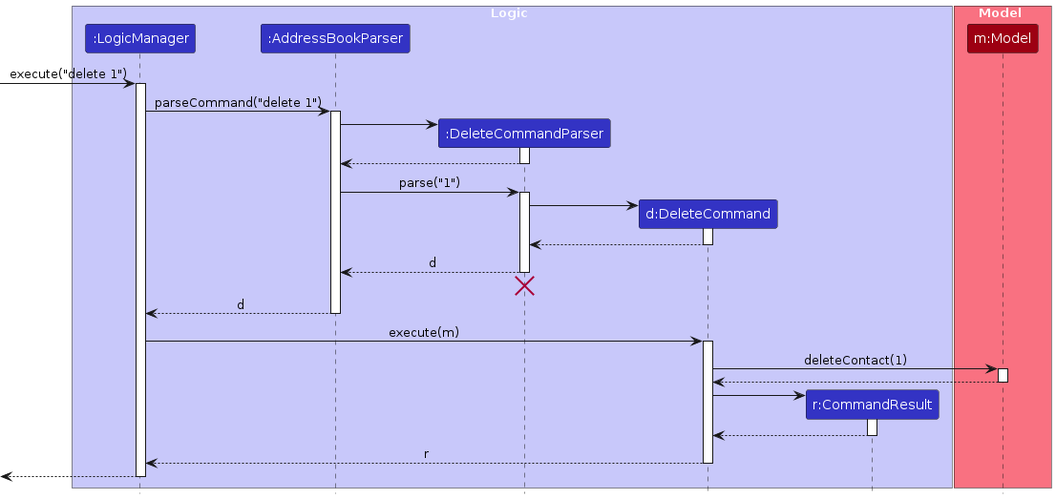
Earlier version of the PlantUML export diagrams/DeleteSequenceDiagram.png (quangthangisme/tp). Its source is kept beside it as diagrams/DeleteSequenceDiagram.puml. The source it was exported from:
```plantuml
@startuml
!include style.puml
skinparam ArrowFontStyle plain

box Logic LOGIC_COLOR_T1
participant ":LogicManager" as LogicManager LOGIC_COLOR
participant ":AddressBookParser" as AddressBookParser LOGIC_COLOR
participant ":DeleteCommandParser" as DeleteCommandParser LOGIC_COLOR
participant "d:DeleteCommand" as DeleteCommand LOGIC_COLOR
participant "r:CommandResult" as CommandResult LOGIC_COLOR
end box

box Model MODEL_COLOR_T1
participant "m:Model" as Model MODEL_COLOR
end box

[-> LogicManager : execute("delete 1")
activate LogicManager

LogicManager -> AddressBookParser : parseCommand("delete 1")
activate AddressBookParser

create DeleteCommandParser
AddressBookParser -> DeleteCommandParser
activate DeleteCommandParser

DeleteCommandParser --> AddressBookParser
deactivate DeleteCommandParser

AddressBookParser -> DeleteCommandParser : parse("1")
activate DeleteCommandParser

create DeleteCommand
DeleteCommandParser -> DeleteCommand
activate DeleteCommand

DeleteCommand --> DeleteCommandParser :
deactivate DeleteCommand

DeleteCommandParser --> AddressBookParser : d
deactivate DeleteCommandParser
DeleteCommandParser -[hidden]-> AddressBookParser
destroy DeleteCommandParser

AddressBookParser --> LogicManager : d
deactivate AddressBookParser

LogicManager -> DeleteCommand : execute(m)
activate DeleteCommand

DeleteCommand -> Model : deleteContact(1)
activate Model

Model --> DeleteCommand
deactivate Model

create CommandResult
DeleteCommand -> CommandResult
activate CommandResult

CommandResult --> DeleteCommand
deactivate CommandResult

DeleteCommand --> LogicManager : r
deactivate DeleteCommand

[<--LogicManager
deactivate LogicManager
@enduml
```
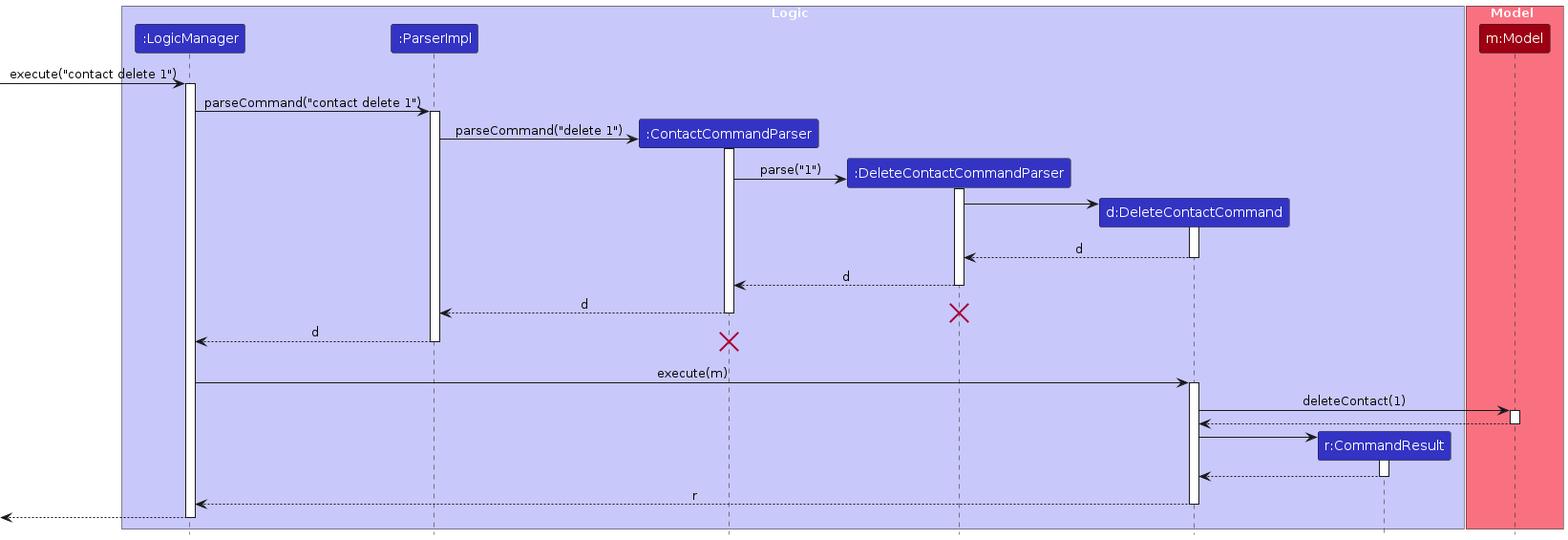
Later version of the same file.

The edit, as a diff of the source:
```diff
@@ -4,9 +4,10 @@
 
 box Logic LOGIC_COLOR_T1
 participant ":LogicManager" as LogicManager LOGIC_COLOR
-participant ":AddressBookParser" as AddressBookParser LOGIC_COLOR
-participant ":DeleteCommandParser" as DeleteCommandParser LOGIC_COLOR
-participant "d:DeleteCommand" as DeleteCommand LOGIC_COLOR
+participant ":ParserImpl" as ParserImpl LOGIC_COLOR
+participant ":ContactCommandParser" as ContactCommandParser LOGIC_COLOR
+participant ":DeleteContactCommandParser" as DeleteContactCommandParser LOGIC_COLOR
+participant "d:DeleteContactCommand" as DeleteContactCommand LOGIC_COLOR
 participant "r:CommandResult" as CommandResult LOGIC_COLOR
 end box
 
@@ -14,55 +15,59 @@
 participant "m:Model" as Model MODEL_COLOR
 end box
 
-[-> LogicManager : execute("delete 1")
+[-> LogicManager : execute("contact delete 1")
 activate LogicManager
 
-LogicManager -> AddressBookParser : parseCommand("delete 1")
-activate AddressBookParser
+LogicManager -> ParserImpl : parseCommand("contact delete 1")
+activate ParserImpl
 
-create DeleteCommandParser
-AddressBookParser -> DeleteCommandParser
-activate DeleteCommandParser
+create ContactCommandParser
+ParserImpl -> ContactCommandParser :parseCommand("delete 1")
+activate ContactCommandParser
 
-DeleteCommandParser --> AddressBookParser
-deactivate DeleteCommandParser
+create DeleteContactCommandParser
+ContactCommandParser -> DeleteContactCommandParser : parse("1")
+activate DeleteContactCommandParser
 
-AddressBookParser -> DeleteCommandParser : parse("1")
-activate DeleteCommandParser
+create DeleteContactCommand
+DeleteContactCommandParser -> DeleteContactCommand
+activate DeleteContactCommand
 
-create DeleteCommand
-DeleteCommandParser -> DeleteCommand
-activate DeleteCommand
+DeleteContactCommand --> DeleteContactCommandParser : d
+deactivate DeleteContactCommand
 
-DeleteCommand --> DeleteCommandParser :
-deactivate DeleteCommand
+DeleteContactCommandParser --> ContactCommandParser : d
+deactivate DeleteContactCommandParser
 
-DeleteCommandParser --> AddressBookParser : d
-deactivate DeleteCommandParser
-DeleteCommandParser -[hidden]-> AddressBookParser
-destroy DeleteCommandParser
+ContactCommandParser --> ParserImpl : d
+deactivate ContactCommandParser
+destroy DeleteContactCommandParser
 
-AddressBookParser --> LogicManager : d
-deactivate AddressBookParser
+ParserImpl --> LogicManager : d
+deactivate ParserImpl
+destroy ContactCommandParser
 
-LogicManager -> DeleteCommand : execute(m)
-activate DeleteCommand
 
-DeleteCommand -> Model : deleteContact(1)
+DeleteContactCommandParser -[hidden]-> ParserImpl
+
+LogicManager -> DeleteContactCommand : execute(m)
+activate DeleteContactCommand
+
+DeleteContactCommand -> Model : deleteContact(1)
 activate Model
 
-Model --> DeleteCommand
+Model --> DeleteContactCommand
 deactivate Model
 
 create CommandResult
-DeleteCommand -> CommandResult
+DeleteContactCommand -> CommandResult
 activate CommandResult
 
-CommandResult --> DeleteCommand
+CommandResult --> DeleteContactCommand
 deactivate CommandResult
 
-DeleteCommand --> LogicManager : r
-deactivate DeleteCommand
+DeleteContactCommand --> LogicManager : r
+deactivate DeleteContactCommand
 
 [<--LogicManager
 deactivate LogicManager
```
